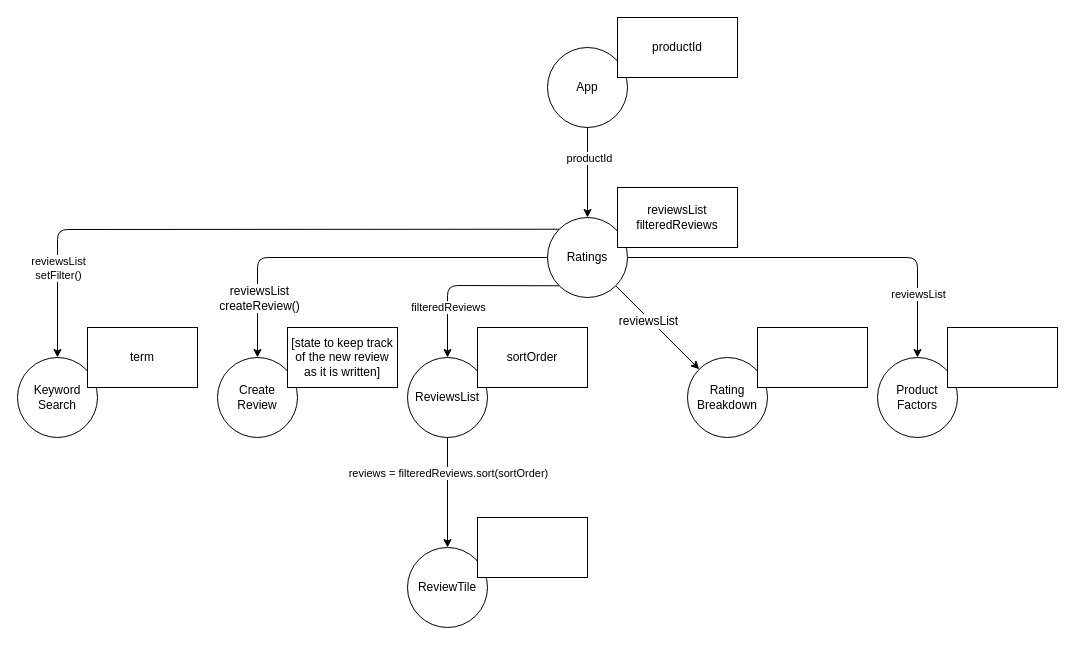
Earlier version of the draw.io diagram src/components/reviews/state-diagram.drawio (granite-devs/atelier-front-end). Source tidied: cells renumbered, new cells numbered last; positions are measured from the earlier drawing's top-left corner, leaving out a move shared by most shapes. Both pictures are drawn from the tidied source at 100%, with x=0, y=0 at pixel (17, 17).
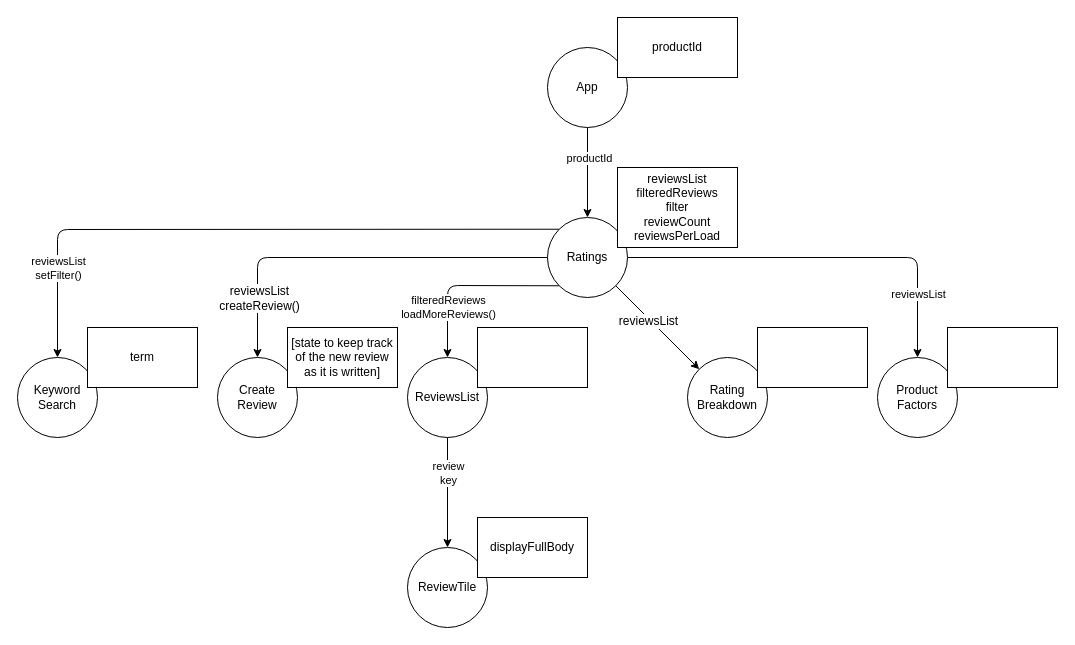
Above is the later version.

Commit message:
Chore: updated reviews state diagram

Unchanged cells that the change refers to:
```xml
<mxCell id="11" style="edgeStyle=none;html=1;exitX=0;exitY=1;exitDx=0;exitDy=0;entryX=0.5;entryY=0;entryDx=0;entryDy=0;" parent="1" edge="1" source="15" target="20">
  <mxGeometry relative="1" as="geometry">
    <Array as="points">
      <mxPoint x="430" y="268" />
    </Array>
  </mxGeometry>
</mxCell>
<mxCell id="18" style="edgeStyle=none;html=1;exitX=0.5;exitY=1;exitDx=0;exitDy=0;entryX=0.5;entryY=0;entryDx=0;entryDy=0;" parent="1" edge="1" source="20" target="30">
  <mxGeometry relative="1" as="geometry" />
</mxCell>
```

The edit, as a diff of the source:
```diff
@@
-    <mxCell id="12" value="filteredReviews" style="edgeLabel;html=1;align=center;verticalAlign=middle;" parent="11" vertex="1">
+    <mxCell id="12" value="filteredReviews&lt;br&gt;loadMoreReviews()" style="edgeLabel;html=1;align=center;verticalAlign=middle;" parent="11" vertex="1">
       <mxGeometry x="0.44" relative="1" as="geometry">
         <mxPoint y="1" as="offset" />
       </mxGeometry>
     </mxCell>
@@
-    <mxCell id="17" value="reviewsList&lt;br&gt;filteredReviews" style="whiteSpace=wrap;html=1;" parent="1" vertex="1">
-      <mxGeometry x="600" y="170" width="120" height="60" as="geometry" />
+    <mxCell id="17" value="reviewsList&lt;br&gt;filteredReviews&lt;br&gt;filter&lt;br&gt;reviewCount&lt;br&gt;reviewsPerLoad" style="whiteSpace=wrap;html=1;" parent="1" vertex="1">
+      <mxGeometry x="600" y="150" width="120" height="80" as="geometry" />
     </mxCell>
@@
-    <mxCell id="19" value="reviews = filteredReviews.sort(sortOrder)" style="edgeLabel;html=1;align=center;verticalAlign=middle;" parent="18" vertex="1">
+    <mxCell id="19" value="review&lt;br&gt;key" style="edgeLabel;html=1;align=center;verticalAlign=middle;" parent="18" vertex="1">
       <mxGeometry x="-0.36" relative="1" as="geometry" />
     </mxCell>
@@
-    <mxCell id="21" value="sortOrder" style="whiteSpace=wrap;html=1;" parent="1" vertex="1">
+    <mxCell id="21" style="whiteSpace=wrap;html=1;" parent="1" vertex="1">
       <mxGeometry x="460" y="310" width="110" height="60" as="geometry" />
     </mxCell>
@@
-    <mxCell id="31" style="whiteSpace=wrap;html=1;" parent="1" vertex="1">
+    <mxCell id="31" value="displayFullBody" style="whiteSpace=wrap;html=1;" parent="1" vertex="1">
       <mxGeometry x="460" y="500" width="110" height="60" as="geometry" />
     </mxCell>
```
